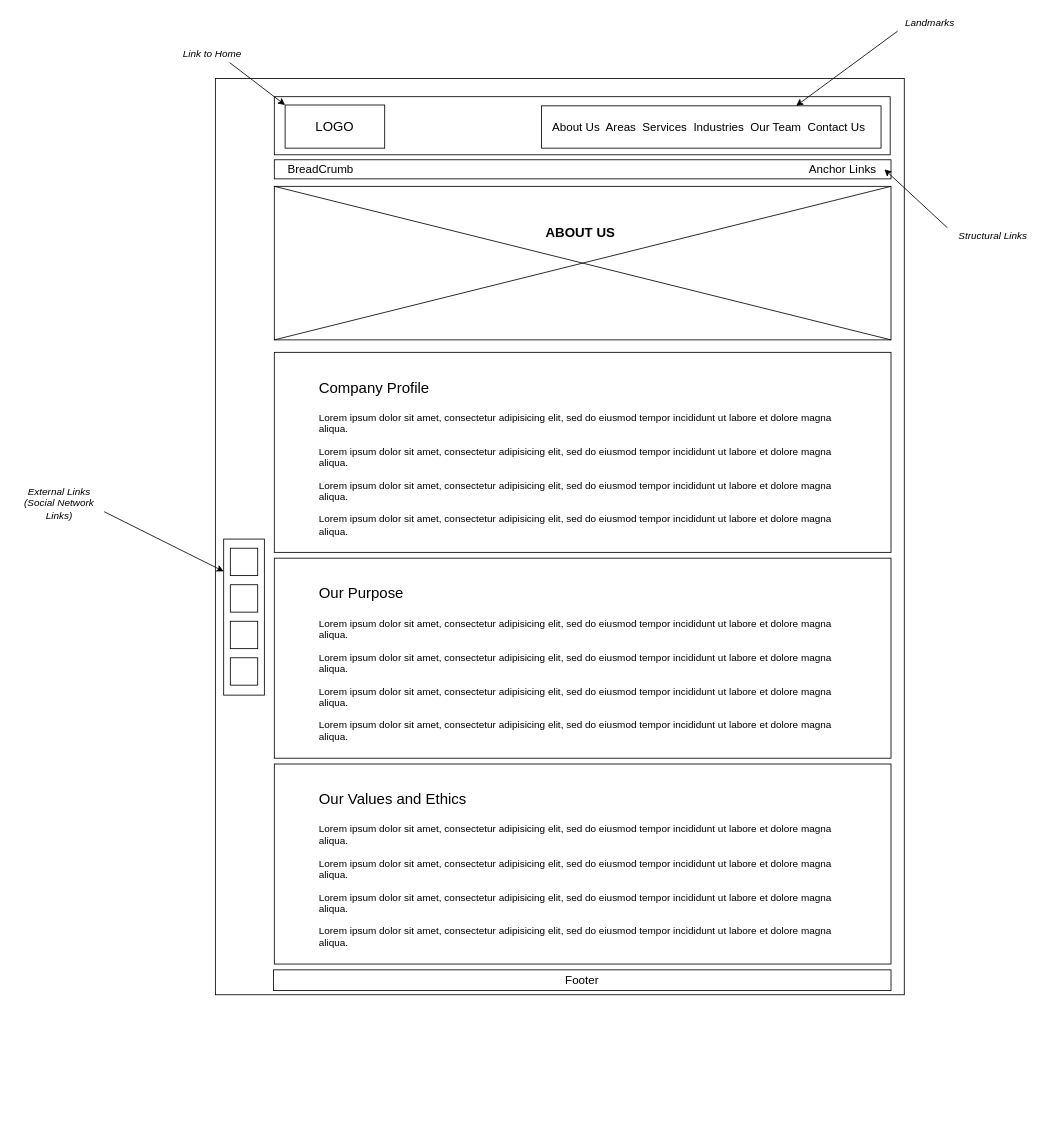
manzomanze/HypermediaApplicationsProject-Manzella-Messuti-Pelagatti-Pellizzer keeps this draw.io diagram as Design Documents/Wireframes/About Us.drawio. Above is the earlier version. Source tidied: cells renumbered, new cells numbered last; positions are measured from the earlier drawing's top-left corner, leaving out a move shared by most shapes. Both pictures are drawn from the tidied source at 83%, with x=0, y=0 at pixel (14, 14).
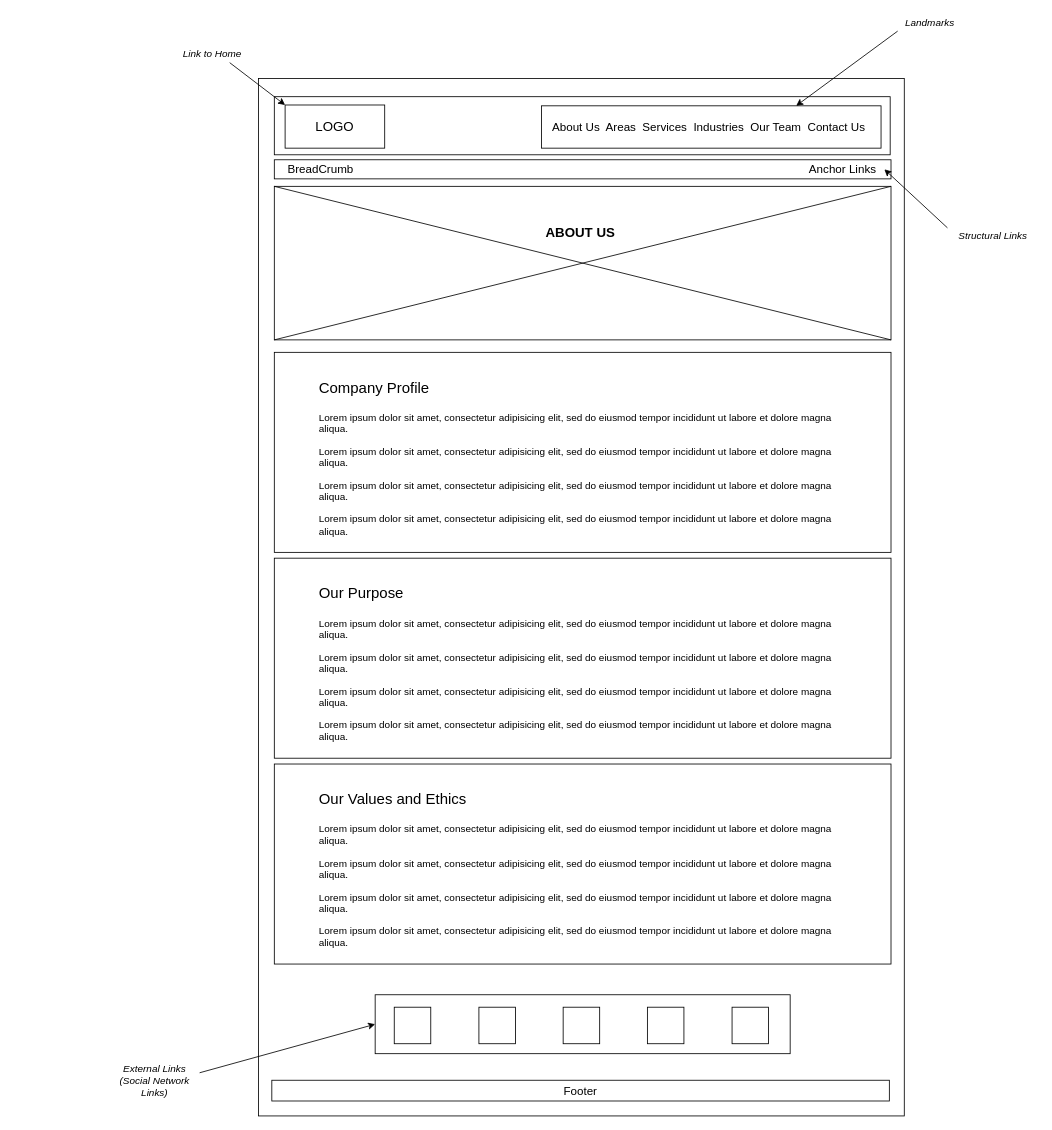
The same page after the edit.

What changed in the source:
```diff
@@
     <mxCell id="2" style="rounded=0;whiteSpace=wrap;html=1;fillColor=none;" parent="1" vertex="1">
-      <mxGeometry x="242" y="77" width="830" height="1104" as="geometry" />
+      <mxGeometry x="294" y="77" width="778" height="1250" as="geometry" />
     </mxCell>
@@
     <mxCell id="21" value="&lt;font style=&quot;font-size: 14px&quot;&gt;Footer&lt;/font&gt;" style="rounded=0;whiteSpace=wrap;html=1;strokeColor=#000000;fillColor=none;" parent="1" vertex="1">
-      <mxGeometry x="312" y="1151" width="744" height="25" as="geometry" />
+      <mxGeometry x="310" y="1284" width="744" height="25" as="geometry" />
     </mxCell>
-    <mxCell id="22" style="rounded=0;whiteSpace=wrap;html=1;strokeColor=#000000;fillColor=none;" parent="1" vertex="1">
-      <mxGeometry x="252" y="632" width="49" height="188" as="geometry" />
-    </mxCell>
-    <mxCell id="23" style="whiteSpace=wrap;html=1;strokeColor=#000000;fillColor=none;" parent="1" vertex="1">
-      <mxGeometry x="260" y="643" width="33" height="33" as="geometry" />
-    </mxCell>
-    <mxCell id="24" style="whiteSpace=wrap;html=1;strokeColor=#000000;fillColor=none;" parent="1" vertex="1">
-      <mxGeometry x="260" y="687" width="33" height="33" as="geometry" />
-    </mxCell>
-    <mxCell id="25" style="whiteSpace=wrap;html=1;strokeColor=#000000;fillColor=none;" parent="1" vertex="1">
-      <mxGeometry x="260" y="731" width="33" height="33" as="geometry" />
-    </mxCell>
-    <mxCell id="26" style="whiteSpace=wrap;html=1;strokeColor=#000000;fillColor=none;" parent="1" vertex="1">
-      <mxGeometry x="260" y="775" width="33" height="33" as="geometry" />
-    </mxCell>
     <mxCell id="27" value="&lt;i&gt;External Links (Social Network Links)&lt;/i&gt;" style="text;html=1;strokeColor=none;fillColor=none;align=center;verticalAlign=middle;whiteSpace=wrap;rounded=0;" parent="1" vertex="1">
-      <mxGeometry y="579" width="108" height="20" as="geometry" />
+      <mxGeometry x="115" y="1275" width="108" height="20" as="geometry" />
     </mxCell>
-    <mxCell id="28" style="endArrow=classic;html=1;entryX=0;entryY=0.207;entryDx=0;entryDy=0;entryPerimeter=0;exitX=1;exitY=1;exitDx=0;exitDy=0;" parent="1" edge="1" source="27" target="22">
-      <mxGeometry relative="1" as="geometry" />
-    </mxCell>
@@
+    <mxCell id="34" style="whiteSpace=wrap;html=1;" parent="1" vertex="1">
+      <mxGeometry x="457.5" y="1196" width="44" height="44" as="geometry" />
+    </mxCell>
+    <mxCell id="35" style="whiteSpace=wrap;html=1;" parent="1" vertex="1">
+      <mxGeometry x="661" y="1196" width="44" height="44" as="geometry" />
+    </mxCell>
+    <mxCell id="36" style="whiteSpace=wrap;html=1;" parent="1" vertex="1">
+      <mxGeometry x="762.5" y="1196" width="44" height="44" as="geometry" />
+    </mxCell>
+    <mxCell id="37" style="whiteSpace=wrap;html=1;" parent="1" vertex="1">
+      <mxGeometry x="559.5" y="1196" width="44" height="44" as="geometry" />
+    </mxCell>
+    <mxCell id="38" style="whiteSpace=wrap;html=1;" parent="1" vertex="1">
+      <mxGeometry x="864.5" y="1196" width="44" height="44" as="geometry" />
+    </mxCell>
+    <mxCell id="39" style="rounded=0;whiteSpace=wrap;html=1;fillColor=none;" parent="1" vertex="1">
+      <mxGeometry x="434.5" y="1181" width="500" height="71" as="geometry" />
+    </mxCell>
+    <mxCell id="40" style="endArrow=classic;html=1;exitX=1;exitY=0;exitDx=0;exitDy=0;entryX=0;entryY=0.5;entryDx=0;entryDy=0;" parent="1" edge="1" source="27" target="39">
+      <mxGeometry relative="1" as="geometry" />
+    </mxCell>
```
